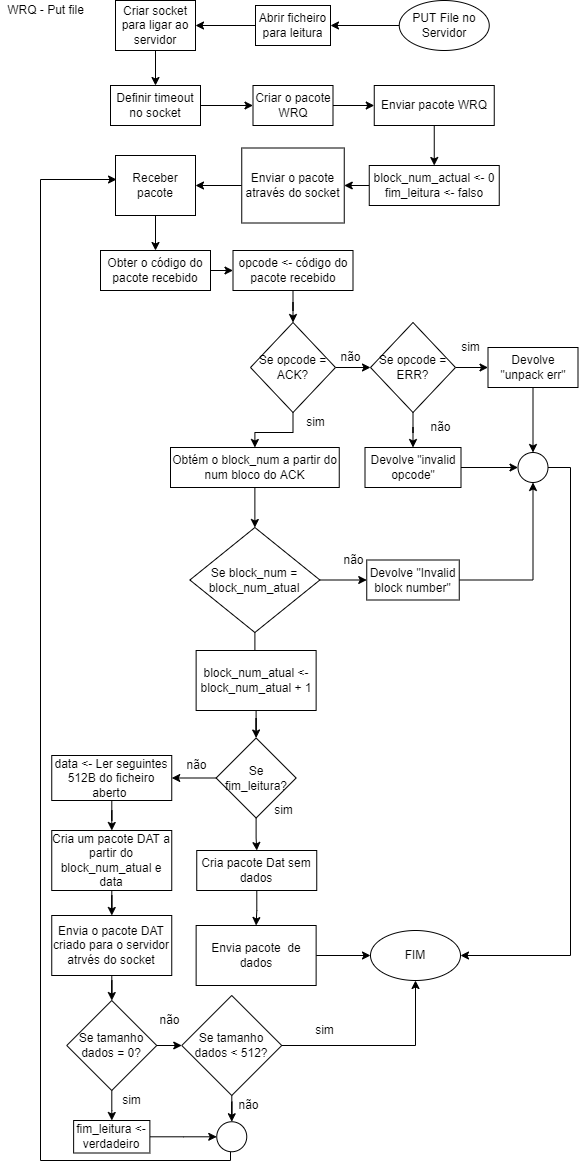
Earlier version of the draw.io export docs/fluxograma wrq.drawio.png (RodrigoSequeira/tftpy). Source tidied: cells renumbered, new cells last; positions are measured from the earlier drawing's top-left corner, leaving out a move shared by most shapes. The source it was exported from:
```xml
<mxGraphModel>
  <root>
    <mxCell id="0" />
    <mxCell id="1" parent="0" />
    <mxCell id="2" style="edgeStyle=orthogonalEdgeStyle;rounded=0;jettySize=auto;html=1;" parent="1" edge="1" source="3" target="5">
      <mxGeometry relative="1" as="geometry" />
    </mxCell>
    <mxCell id="3" value="PUT File no Servidor" style="ellipse;whiteSpace=wrap;html=1;" parent="1" vertex="1">
      <mxGeometry x="398.8" width="90" height="50" as="geometry" />
    </mxCell>
    <mxCell id="4" style="edgeStyle=orthogonalEdgeStyle;rounded=0;jettySize=auto;html=1;" parent="1" edge="1" source="5" target="7">
      <mxGeometry relative="1" as="geometry" />
    </mxCell>
    <mxCell id="5" value="Abrir ficheiro para leitura" style="rounded=0;whiteSpace=wrap;html=1;" parent="1" vertex="1">
      <mxGeometry x="255" y="5" width="75" height="40" as="geometry" />
    </mxCell>
    <mxCell id="6" style="edgeStyle=orthogonalEdgeStyle;rounded=0;jettySize=auto;html=1;" parent="1" edge="1" source="7" target="9">
      <mxGeometry relative="1" as="geometry" />
    </mxCell>
    <mxCell id="7" value="Criar socket para ligar ao servidor" style="rounded=0;whiteSpace=wrap;html=1;" parent="1" vertex="1">
      <mxGeometry x="115" width="80" height="50" as="geometry" />
    </mxCell>
    <mxCell id="8" style="edgeStyle=orthogonalEdgeStyle;rounded=0;jettySize=auto;html=1;" parent="1" edge="1" source="9" target="11">
      <mxGeometry relative="1" as="geometry" />
    </mxCell>
    <mxCell id="9" value="Definir timeout no socket" style="rounded=0;whiteSpace=wrap;html=1;" parent="1" vertex="1">
      <mxGeometry x="110" y="85" width="90" height="40" as="geometry" />
    </mxCell>
    <mxCell id="10" style="edgeStyle=orthogonalEdgeStyle;rounded=0;jettySize=auto;html=1;" parent="1" edge="1" source="11" target="17">
      <mxGeometry relative="1" as="geometry" />
    </mxCell>
    <mxCell id="11" value="Criar o pacote WRQ" style="rounded=0;whiteSpace=wrap;html=1;" parent="1" vertex="1">
      <mxGeometry x="252.5" y="85" width="80" height="40" as="geometry" />
    </mxCell>
    <mxCell id="12" style="edgeStyle=orthogonalEdgeStyle;rounded=0;jettySize=auto;html=1;" parent="1" edge="1" source="13" target="58">
      <mxGeometry relative="1" as="geometry" />
    </mxCell>
    <mxCell id="13" value="Enviar o pacote através do socket" style="rounded=0;whiteSpace=wrap;html=1;" parent="1" vertex="1">
      <mxGeometry x="241.2" y="147.5" width="102.5" height="75" as="geometry" />
    </mxCell>
    <mxCell id="14" style="edgeStyle=orthogonalEdgeStyle;rounded=0;jettySize=auto;html=1;" parent="1" edge="1" source="15" target="13">
      <mxGeometry relative="1" as="geometry" />
    </mxCell>
    <mxCell id="15" value="block_num_actual &amp;lt;- 0&lt;br&gt;fim_leitura &amp;lt;- falso" style="rounded=0;whiteSpace=wrap;html=1;" parent="1" vertex="1">
      <mxGeometry x="368.8" y="165" width="130" height="40" as="geometry" />
    </mxCell>
    <mxCell id="16" style="edgeStyle=orthogonalEdgeStyle;rounded=0;jettySize=auto;html=1;" parent="1" edge="1" source="17" target="15">
      <mxGeometry relative="1" as="geometry" />
    </mxCell>
    <mxCell id="17" value="Enviar pacote WRQ" style="rounded=0;whiteSpace=wrap;html=1;" parent="1" vertex="1">
      <mxGeometry x="373.8" y="85" width="120" height="40" as="geometry" />
    </mxCell>
    <mxCell id="18" style="edgeStyle=orthogonalEdgeStyle;rounded=0;jettySize=auto;html=1;" parent="1" edge="1" source="19" target="21">
      <mxGeometry relative="1" as="geometry">
        <Array as="points">
          <mxPoint x="140" y="290" />
        </Array>
      </mxGeometry>
    </mxCell>
    <mxCell id="19" value="Obter o código do pacote recebido" style="rounded=0;whiteSpace=wrap;html=1;" parent="1" vertex="1">
      <mxGeometry x="100" y="250" width="110" height="40" as="geometry" />
    </mxCell>
    <mxCell id="20" style="edgeStyle=orthogonalEdgeStyle;rounded=0;jettySize=auto;html=1;" parent="1" edge="1" source="21" target="24">
      <mxGeometry relative="1" as="geometry" />
    </mxCell>
    <mxCell id="21" value="opcode &amp;lt;- código do pacote recebido" style="rounded=0;whiteSpace=wrap;html=1;" parent="1" vertex="1">
      <mxGeometry x="232.5" y="250" width="120" height="40" as="geometry" />
    </mxCell>
    <mxCell id="22" style="edgeStyle=orthogonalEdgeStyle;rounded=0;jettySize=auto;html=1;" parent="1" edge="1" source="24" target="28">
      <mxGeometry relative="1" as="geometry" />
    </mxCell>
    <mxCell id="23" style="edgeStyle=orthogonalEdgeStyle;rounded=0;jettySize=auto;html=1;" parent="1" edge="1" source="24" target="36">
      <mxGeometry relative="1" as="geometry" />
    </mxCell>
    <mxCell id="24" value="Se opcode = ACK?" style="rhombus;whiteSpace=wrap;html=1;" parent="1" vertex="1">
      <mxGeometry x="250" y="322" width="85" height="90" as="geometry" />
    </mxCell>
    <mxCell id="25" value="WRQ - Put file" style="text;html=1;align=center;verticalAlign=middle;strokeColor=none;fillColor=none;" parent="1" vertex="1">
      <mxGeometry width="90" height="20" as="geometry" />
    </mxCell>
    <mxCell id="26" style="edgeStyle=orthogonalEdgeStyle;rounded=0;jettySize=auto;html=1;" parent="1" edge="1" source="28" target="32">
      <mxGeometry relative="1" as="geometry" />
    </mxCell>
    <mxCell id="27" style="edgeStyle=orthogonalEdgeStyle;rounded=0;jettySize=auto;html=1;" parent="1" edge="1" source="28" target="30">
      <mxGeometry relative="1" as="geometry" />
    </mxCell>
    <mxCell id="28" value="Se opcode = ERR?" style="rhombus;whiteSpace=wrap;html=1;" parent="1" vertex="1">
      <mxGeometry x="370" y="322" width="85" height="90" as="geometry" />
    </mxCell>
    <mxCell id="29" style="edgeStyle=orthogonalEdgeStyle;rounded=0;jettySize=auto;html=1;entryX=0.5;entryY=0;entryDx=0;entryDy=0;" parent="1" edge="1" source="30" target="56">
      <mxGeometry relative="1" as="geometry" />
    </mxCell>
    <mxCell id="30" value="Devolve &quot;unpack err&quot;" style="rounded=0;whiteSpace=wrap;html=1;" parent="1" vertex="1">
      <mxGeometry x="487.5" y="347" width="90" height="40" as="geometry" />
    </mxCell>
    <mxCell id="31" style="edgeStyle=orthogonalEdgeStyle;rounded=0;jettySize=auto;html=1;" parent="1" edge="1" source="32" target="56">
      <mxGeometry relative="1" as="geometry" />
    </mxCell>
    <mxCell id="32" value="Devolve &quot;invalid opcode&quot;" style="rounded=0;whiteSpace=wrap;html=1;" parent="1" vertex="1">
      <mxGeometry x="364.5" y="447" width="96" height="40" as="geometry" />
    </mxCell>
    <mxCell id="33" value="não" style="text;html=1;align=center;verticalAlign=middle;strokeColor=none;fillColor=none;" parent="1" vertex="1">
      <mxGeometry x="420" y="417" width="40" height="20" as="geometry" />
    </mxCell>
    <mxCell id="34" value="sim" style="text;html=1;align=center;verticalAlign=middle;strokeColor=none;fillColor=none;" parent="1" vertex="1">
      <mxGeometry x="455" y="337" width="30" height="20" as="geometry" />
    </mxCell>
    <mxCell id="35" style="edgeStyle=orthogonalEdgeStyle;rounded=0;jettySize=auto;html=1;" parent="1" edge="1" source="36" target="41">
      <mxGeometry relative="1" as="geometry" />
    </mxCell>
    <mxCell id="36" value="Obtém o block_num a partir do num bloco do ACK" style="rounded=0;whiteSpace=wrap;html=1;" parent="1" vertex="1">
      <mxGeometry x="170" y="447" width="168.8" height="40" as="geometry" />
    </mxCell>
    <mxCell id="37" value="não" style="text;html=1;align=center;verticalAlign=middle;strokeColor=none;fillColor=none;" parent="1" vertex="1">
      <mxGeometry x="330" y="347" width="40" height="20" as="geometry" />
    </mxCell>
    <mxCell id="38" value="sim" style="text;html=1;align=center;verticalAlign=middle;strokeColor=none;fillColor=none;" parent="1" vertex="1">
      <mxGeometry x="300" y="412" width="30" height="20" as="geometry" />
    </mxCell>
    <mxCell id="39" style="edgeStyle=orthogonalEdgeStyle;rounded=0;jettySize=auto;html=1;" parent="1" edge="1" source="41" target="43">
      <mxGeometry relative="1" as="geometry" />
    </mxCell>
    <mxCell id="40" style="edgeStyle=orthogonalEdgeStyle;rounded=0;jettySize=auto;html=1;" parent="1" edge="1" source="41" target="60">
      <mxGeometry relative="1" as="geometry" />
    </mxCell>
    <mxCell id="41" value="Se block_num = block_num_atual" style="rhombus;whiteSpace=wrap;html=1;" parent="1" vertex="1">
      <mxGeometry x="189.4" y="527" width="130" height="105" as="geometry" />
    </mxCell>
    <mxCell id="42" style="edgeStyle=orthogonalEdgeStyle;rounded=0;jettySize=auto;html=1;entryX=0.5;entryY=1;entryDx=0;entryDy=0;" parent="1" edge="1" source="43" target="56">
      <mxGeometry relative="1" as="geometry" />
    </mxCell>
    <mxCell id="43" value="Devolve &quot;Invalid block number&quot;" style="rounded=0;whiteSpace=wrap;html=1;" parent="1" vertex="1">
      <mxGeometry x="366.2" y="559.5" width="92.5" height="40" as="geometry" />
    </mxCell>
    <mxCell id="44" value="não" style="text;html=1;align=center;verticalAlign=middle;strokeColor=none;fillColor=none;" parent="1" vertex="1">
      <mxGeometry x="332.5" y="549.5" width="40" height="20" as="geometry" />
    </mxCell>
    <mxCell id="45" style="edgeStyle=orthogonalEdgeStyle;rounded=0;jettySize=auto;html=1;" parent="1" edge="1" source="46" target="51">
      <mxGeometry relative="1" as="geometry" />
    </mxCell>
    <mxCell id="46" value="Cria pacote Dat sem dados" style="rounded=0;whiteSpace=wrap;html=1;" parent="1" vertex="1">
      <mxGeometry x="196.2" y="850" width="120" height="40" as="geometry" />
    </mxCell>
    <mxCell id="47" style="edgeStyle=orthogonalEdgeStyle;rounded=0;jettySize=auto;html=1;" parent="1" edge="1" source="49" target="46">
      <mxGeometry relative="1" as="geometry" />
    </mxCell>
    <mxCell id="48" style="edgeStyle=orthogonalEdgeStyle;rounded=0;jettySize=auto;html=1;" parent="1" edge="1" source="49" target="67">
      <mxGeometry relative="1" as="geometry" />
    </mxCell>
    <mxCell id="49" value="Se fim_leitura?" style="rhombus;whiteSpace=wrap;html=1;" parent="1" vertex="1">
      <mxGeometry x="215.6" y="737.5" width="80" height="80" as="geometry" />
    </mxCell>
    <mxCell id="50" style="edgeStyle=orthogonalEdgeStyle;rounded=0;jettySize=auto;html=1;" parent="1" edge="1" source="51" target="53">
      <mxGeometry relative="1" as="geometry" />
    </mxCell>
    <mxCell id="51" value="Envia pacote&amp;nbsp; de dados" style="rounded=0;whiteSpace=wrap;html=1;" parent="1" vertex="1">
      <mxGeometry x="195.6" y="925" width="120" height="60" as="geometry" />
    </mxCell>
    <mxCell id="52" value="sim" style="text;html=1;align=center;verticalAlign=middle;strokeColor=none;fillColor=none;" parent="1" vertex="1">
      <mxGeometry x="267.5" y="800" width="30" height="20" as="geometry" />
    </mxCell>
    <mxCell id="53" value="FIM" style="ellipse;whiteSpace=wrap;html=1;" parent="1" vertex="1">
      <mxGeometry x="370" y="930" width="90" height="50" as="geometry" />
    </mxCell>
    <mxCell id="54" value="não" style="text;html=1;align=center;verticalAlign=middle;strokeColor=none;fillColor=none;" parent="1" vertex="1">
      <mxGeometry x="175.6" y="755" width="40" height="20" as="geometry" />
    </mxCell>
    <mxCell id="55" style="edgeStyle=orthogonalEdgeStyle;rounded=0;jettySize=auto;html=1;entryX=1;entryY=0.5;entryDx=0;entryDy=0;" parent="1" edge="1" source="56" target="53">
      <mxGeometry relative="1" as="geometry">
        <Array as="points">
          <mxPoint x="570" y="467" />
          <mxPoint x="570" y="955" />
        </Array>
      </mxGeometry>
    </mxCell>
    <mxCell id="56" style="ellipse;whiteSpace=wrap;html=1;" parent="1" vertex="1">
      <mxGeometry x="517.5" y="452" width="30" height="30" as="geometry" />
    </mxCell>
    <mxCell id="57" style="edgeStyle=orthogonalEdgeStyle;rounded=0;jettySize=auto;html=1;" parent="1" edge="1" source="58" target="19">
      <mxGeometry relative="1" as="geometry" />
    </mxCell>
    <mxCell id="58" value="Receber pacote" style="rounded=0;whiteSpace=wrap;html=1;" parent="1" vertex="1">
      <mxGeometry x="115" y="155" width="80" height="60" as="geometry" />
    </mxCell>
    <mxCell id="59" style="edgeStyle=orthogonalEdgeStyle;rounded=0;jettySize=auto;html=1;entryX=0.5;entryY=0;entryDx=0;entryDy=0;" parent="1" edge="1" source="60" target="49">
      <mxGeometry relative="1" as="geometry" />
    </mxCell>
    <mxCell id="60" value="block_num_atual &amp;lt;- block_num_atual + 1" style="rounded=0;whiteSpace=wrap;html=1;" parent="1" vertex="1">
      <mxGeometry x="195.6" y="650" width="120" height="60" as="geometry" />
    </mxCell>
    <mxCell id="61" value="sim" style="text;html=1;align=center;verticalAlign=middle;strokeColor=none;fillColor=none;" parent="1" vertex="1">
      <mxGeometry x="116.2" y="1090" width="30" height="20" as="geometry" />
    </mxCell>
    <mxCell id="62" value="não" style="text;html=1;align=center;verticalAlign=middle;strokeColor=none;fillColor=none;" parent="1" vertex="1">
      <mxGeometry x="149.4" y="1010" width="40" height="20" as="geometry" />
    </mxCell>
    <mxCell id="63" value="sim" style="text;html=1;align=center;verticalAlign=middle;strokeColor=none;fillColor=none;" parent="1" vertex="1">
      <mxGeometry x="308.8" y="1020" width="30" height="20" as="geometry" />
    </mxCell>
    <mxCell id="64" style="edgeStyle=orthogonalEdgeStyle;rounded=0;jettySize=auto;html=1;entryX=0.013;entryY=0.4;entryDx=0;entryDy=0;entryPerimeter=0;" parent="1" edge="1" source="65" target="58">
      <mxGeometry relative="1" as="geometry">
        <Array as="points">
          <mxPoint x="230" y="1160" />
          <mxPoint x="40" y="1160" />
          <mxPoint x="40" y="179" />
        </Array>
      </mxGeometry>
    </mxCell>
    <mxCell id="65" style="ellipse;whiteSpace=wrap;html=1;" parent="1" vertex="1">
      <mxGeometry x="216.2" y="1121.2" width="30" height="30" as="geometry" />
    </mxCell>
    <mxCell id="66" style="edgeStyle=orthogonalEdgeStyle;rounded=0;jettySize=auto;html=1;" parent="1" edge="1" source="67" target="69">
      <mxGeometry relative="1" as="geometry" />
    </mxCell>
    <mxCell id="67" value="data &amp;lt;- Ler seguintes 512B do ficheiro aberto&amp;nbsp;" style="rounded=0;whiteSpace=wrap;html=1;" parent="1" vertex="1">
      <mxGeometry x="51.2" y="755" width="120" height="45" as="geometry" />
    </mxCell>
    <mxCell id="68" style="edgeStyle=orthogonalEdgeStyle;rounded=0;jettySize=auto;html=1;" parent="1" edge="1" source="69" target="71">
      <mxGeometry relative="1" as="geometry" />
    </mxCell>
    <mxCell id="69" value="Cria um pacote DAT a partir do block_num_atual e data" style="rounded=0;whiteSpace=wrap;html=1;" parent="1" vertex="1">
      <mxGeometry x="51.2" y="830" width="120" height="60" as="geometry" />
    </mxCell>
    <mxCell id="70" style="edgeStyle=orthogonalEdgeStyle;rounded=0;jettySize=auto;html=1;" parent="1" edge="1" source="71" target="74">
      <mxGeometry relative="1" as="geometry" />
    </mxCell>
    <mxCell id="71" value="Envia o pacote DAT criado para o servidor atrvés do socket" style="rounded=0;whiteSpace=wrap;html=1;" parent="1" vertex="1">
      <mxGeometry x="51.2" y="915" width="120" height="60" as="geometry" />
    </mxCell>
    <mxCell id="72" style="edgeStyle=orthogonalEdgeStyle;rounded=0;jettySize=auto;html=1;" parent="1" edge="1" source="74" target="76">
      <mxGeometry relative="1" as="geometry" />
    </mxCell>
    <mxCell id="73" style="edgeStyle=orthogonalEdgeStyle;rounded=0;jettySize=auto;html=1;" parent="1" edge="1" source="74" target="79">
      <mxGeometry relative="1" as="geometry" />
    </mxCell>
    <mxCell id="74" value="Se tamanho dados = 0?" style="rhombus;whiteSpace=wrap;html=1;" parent="1" vertex="1">
      <mxGeometry x="66.2" y="1000" width="90" height="90" as="geometry" />
    </mxCell>
    <mxCell id="75" style="edgeStyle=orthogonalEdgeStyle;rounded=0;jettySize=auto;html=1;" parent="1" edge="1" source="76" target="65">
      <mxGeometry relative="1" as="geometry" />
    </mxCell>
    <mxCell id="76" value="fim_leitura &amp;lt;- verdadeiro" style="rounded=0;whiteSpace=wrap;html=1;" parent="1" vertex="1">
      <mxGeometry x="73.1" y="1120" width="76.2" height="32.5" as="geometry" />
    </mxCell>
    <mxCell id="77" style="edgeStyle=orthogonalEdgeStyle;rounded=0;jettySize=auto;html=1;entryX=0.5;entryY=1;entryDx=0;entryDy=0;" parent="1" edge="1" source="79" target="53">
      <mxGeometry relative="1" as="geometry" />
    </mxCell>
    <mxCell id="78" style="edgeStyle=orthogonalEdgeStyle;rounded=0;jettySize=auto;html=1;" parent="1" edge="1" source="79" target="65">
      <mxGeometry relative="1" as="geometry" />
    </mxCell>
    <mxCell id="79" value="Se tamanho dados &amp;lt; 512?" style="rhombus;whiteSpace=wrap;html=1;" parent="1" vertex="1">
      <mxGeometry x="181.2" y="995" width="100" height="100" as="geometry" />
    </mxCell>
    <mxCell id="80" value="não" style="text;html=1;align=center;verticalAlign=middle;strokeColor=none;fillColor=none;" parent="1" vertex="1">
      <mxGeometry x="227.5" y="1095" width="40" height="20" as="geometry" />
    </mxCell>
  </root>
</mxGraphModel>
```
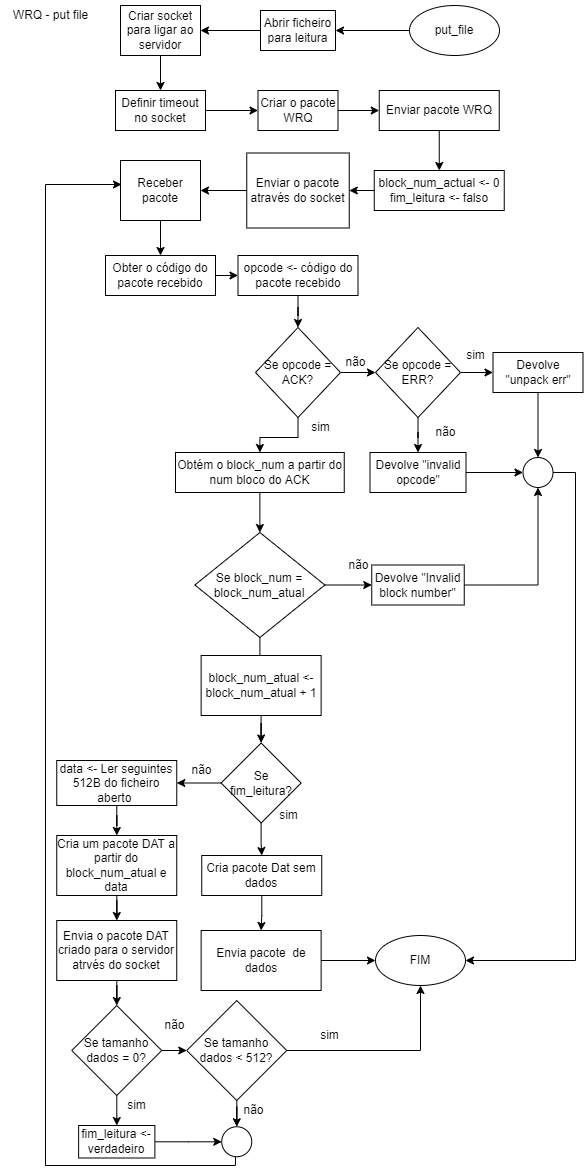
After the commit.

Change to the diagram source:
```diff
@@ -5,8 +5,8 @@
     <mxCell id="2" style="edgeStyle=orthogonalEdgeStyle;rounded=0;jettySize=auto;html=1;" parent="1" edge="1" source="3" target="5">
       <mxGeometry relative="1" as="geometry" />
     </mxCell>
-    <mxCell id="3" value="PUT File no Servidor" style="ellipse;whiteSpace=wrap;html=1;" parent="1" vertex="1">
-      <mxGeometry x="398.8" width="90" height="50" as="geometry" />
+    <mxCell id="3" value="put_file" style="ellipse;whiteSpace=wrap;html=1;" parent="1" vertex="1">
+      <mxGeometry x="404" width="90" height="50" as="geometry" />
     </mxCell>
     <mxCell id="4" style="edgeStyle=orthogonalEdgeStyle;rounded=0;jettySize=auto;html=1;" parent="1" edge="1" source="5" target="7">
       <mxGeometry relative="1" as="geometry" />
@@ -75,8 +75,8 @@
     <mxCell id="24" value="Se opcode = ACK?" style="rhombus;whiteSpace=wrap;html=1;" parent="1" vertex="1">
       <mxGeometry x="250" y="322" width="85" height="90" as="geometry" />
     </mxCell>
-    <mxCell id="25" value="WRQ - Put file" style="text;html=1;align=center;verticalAlign=middle;strokeColor=none;fillColor=none;" parent="1" vertex="1">
-      <mxGeometry width="90" height="20" as="geometry" />
+    <mxCell id="25" value="WRQ - put file" style="text;html=1;align=center;verticalAlign=middle;strokeColor=none;fillColor=none;" parent="1" vertex="1">
+      <mxGeometry x="-5" y="-5" width="100" height="30" as="geometry" />
     </mxCell>
     <mxCell id="26" style="edgeStyle=orthogonalEdgeStyle;rounded=0;jettySize=auto;html=1;" parent="1" edge="1" source="28" target="32">
       <mxGeometry relative="1" as="geometry" />
@@ -103,7 +103,7 @@
       <mxGeometry x="420" y="417" width="40" height="20" as="geometry" />
     </mxCell>
     <mxCell id="34" value="sim" style="text;html=1;align=center;verticalAlign=middle;strokeColor=none;fillColor=none;" parent="1" vertex="1">
-      <mxGeometry x="455" y="337" width="30" height="20" as="geometry" />
+      <mxGeometry x="455" y="340" width="30" height="20" as="geometry" />
     </mxCell>
     <mxCell id="35" style="edgeStyle=orthogonalEdgeStyle;rounded=0;jettySize=auto;html=1;" parent="1" edge="1" source="36" target="41">
       <mxGeometry relative="1" as="geometry" />
```
